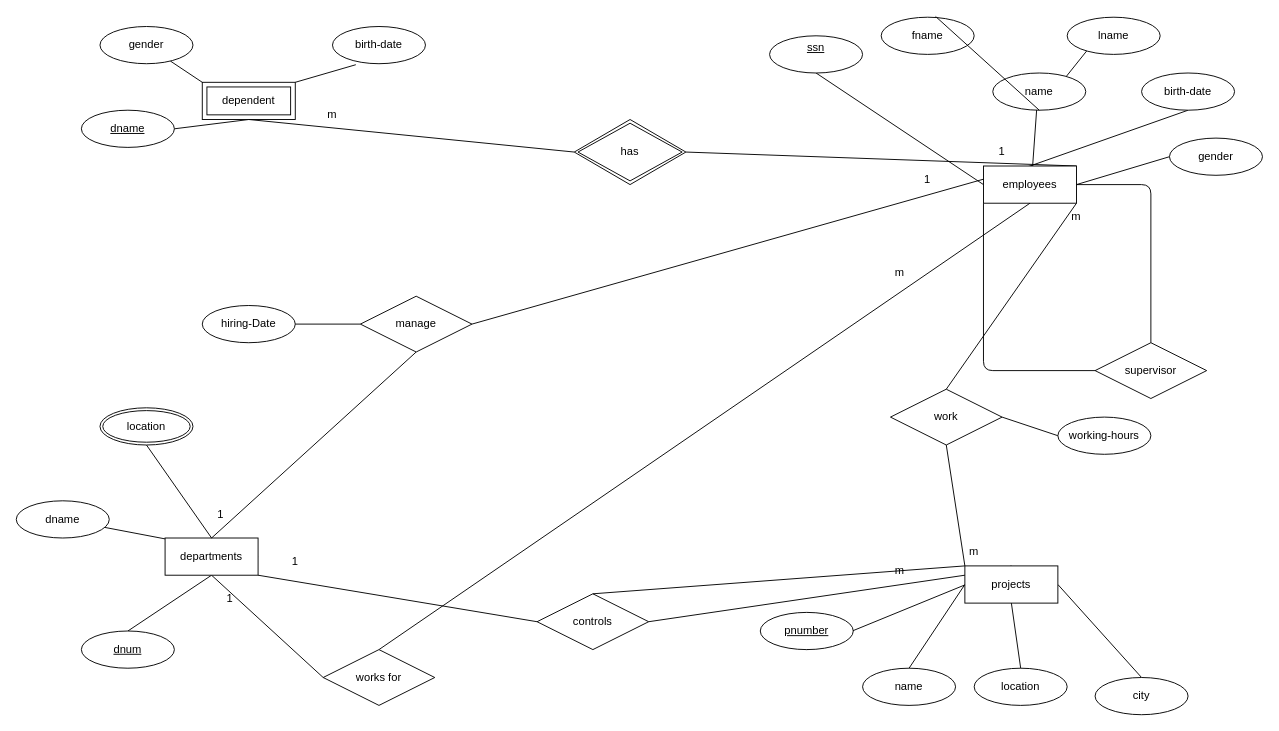
Basel00s/database-study keeps this draw.io diagram as ERM/ERM.drawio. Above is the earlier version. Source tidied: cells renumbered, new cells numbered last; positions are measured from the earlier drawing's top-left corner, leaving out a move shared by most shapes. Both pictures are drawn from the tidied source at 93%, with x=0, y=0 at pixel (16, 17).
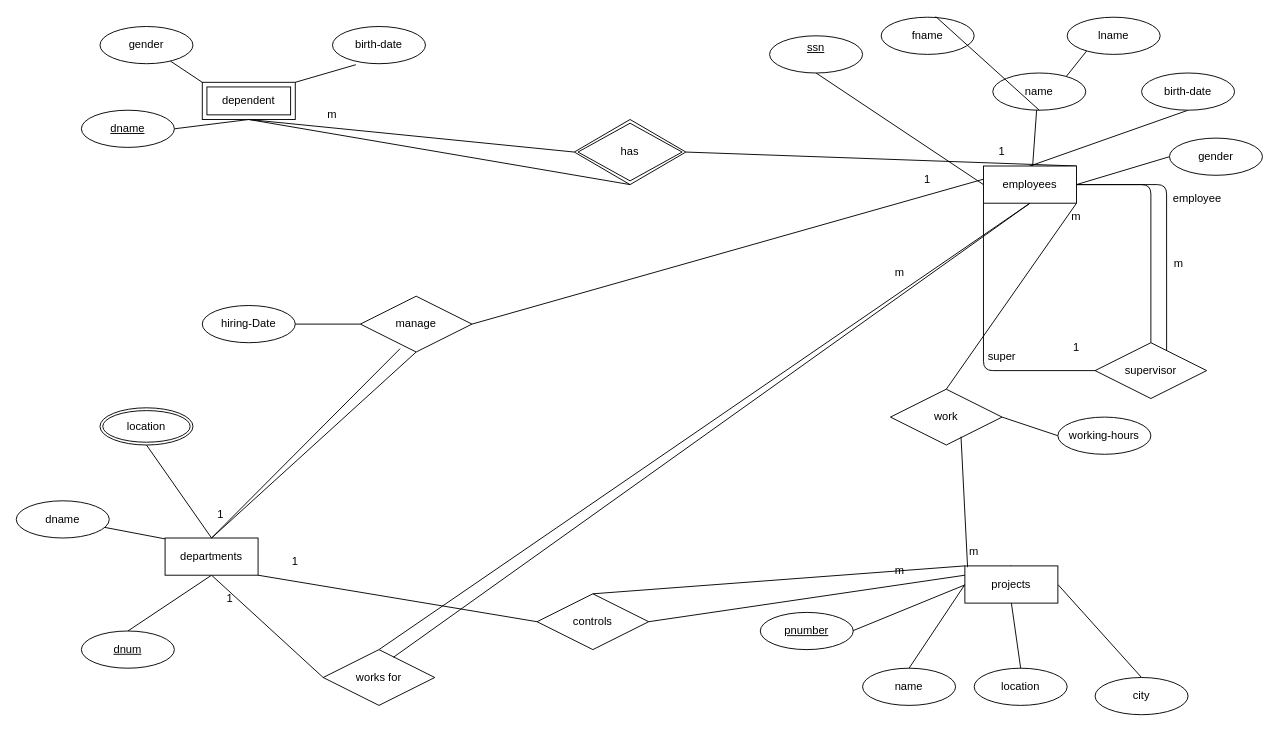
After the change.

Commit message (it also covers changes not shown here):
make the schema folde and make my first schema

The change refers to these unchanged cells:
```xml
<mxCell id="10" value="employees" style="whiteSpace=wrap;html=1;align=center;" parent="1" vertex="1">
  <mxGeometry x="1040" y="160" width="100" height="40" as="geometry" />
</mxCell>
<mxCell id="15" value="departments" style="whiteSpace=wrap;html=1;align=center;" parent="1" vertex="1">
  <mxGeometry x="160" y="560" width="100" height="40" as="geometry" />
</mxCell>
<mxCell id="21" value="projects" style="whiteSpace=wrap;html=1;align=center;" parent="1" vertex="1">
  <mxGeometry x="1020" y="590" width="100" height="40" as="geometry" />
</mxCell>
<mxCell id="42" value="dependent" style="shape=ext;margin=3;double=1;whiteSpace=wrap;html=1;align=center;" parent="1" vertex="1">
  <mxGeometry x="200" y="70" width="100" height="40" as="geometry" />
</mxCell>
<mxCell id="44" value="has" style="shape=rhombus;double=1;perimeter=rhombusPerimeter;whiteSpace=wrap;html=1;align=center;" parent="1" vertex="1">
  <mxGeometry x="600" y="110" width="120" height="70" as="geometry" />
</mxCell>
<mxCell id="47" value="work" style="shape=rhombus;perimeter=rhombusPerimeter;whiteSpace=wrap;html=1;align=center;" parent="1" vertex="1">
  <mxGeometry x="940" y="400" width="120" height="60" as="geometry" />
</mxCell>
<mxCell id="50" value="manage" style="shape=rhombus;perimeter=rhombusPerimeter;whiteSpace=wrap;html=1;align=center;" parent="1" vertex="1">
  <mxGeometry x="370" y="300" width="120" height="60" as="geometry" />
</mxCell>
<mxCell id="53" value="works for" style="shape=rhombus;perimeter=rhombusPerimeter;whiteSpace=wrap;html=1;align=center;" parent="1" vertex="1">
  <mxGeometry x="330" y="680" width="120" height="60" as="geometry" />
</mxCell>
<mxCell id="57" value="m" style="text;html=1;whiteSpace=wrap;strokeColor=none;fillColor=none;align=center;verticalAlign=middle;rounded=0;" parent="1" vertex="1">
  <mxGeometry x="1000" y="560" width="60" height="30" as="geometry" />
</mxCell>
<mxCell id="66" value="supervisor" style="shape=rhombus;perimeter=rhombusPerimeter;whiteSpace=wrap;html=1;align=center;" parent="1" vertex="1">
  <mxGeometry x="1160" y="350" width="120" height="60" as="geometry" />
</mxCell>
```

The edit, as a diff of the source:
```diff
@@
-    <mxCell id="45" style="edgeStyle=none;html=1;exitX=0.5;exitY=1;exitDx=0;exitDy=0;entryX=0;entryY=0;entryDx=0;entryDy=0;endArrow=none;endFill=0;" parent="1" edge="1" source="47" target="21">
-      <mxGeometry relative="1" as="geometry" />
-    </mxCell>
@@
+    <mxCell id="71" style="edgeStyle=none;html=1;exitX=0.5;exitY=1;exitDx=0;exitDy=0;entryX=0.5;entryY=1;entryDx=0;entryDy=0;endArrow=none;endFill=0;" parent="1" edge="1" source="44" target="42">
+      <mxGeometry relative="1" as="geometry" />
+    </mxCell>
+    <mxCell id="72" style="edgeStyle=none;html=1;exitX=0.356;exitY=0.94;exitDx=0;exitDy=0;entryX=0.5;entryY=0;entryDx=0;entryDy=0;endArrow=none;endFill=0;exitPerimeter=0;" parent="1" edge="1" source="50" target="15">
+      <mxGeometry relative="1" as="geometry" />
+    </mxCell>
+    <mxCell id="73" style="edgeStyle=none;html=1;exitX=0.632;exitY=0.851;exitDx=0;exitDy=0;entryX=0.382;entryY=1.045;entryDx=0;entryDy=0;endArrow=none;endFill=0;entryPerimeter=0;exitPerimeter=0;" parent="1" edge="1" source="47" target="57">
+      <mxGeometry relative="1" as="geometry" />
+    </mxCell>
+    <mxCell id="74" style="edgeStyle=none;html=1;entryX=0.63;entryY=0.137;entryDx=0;entryDy=0;endArrow=none;endFill=0;entryPerimeter=0;exitX=0.5;exitY=1;exitDx=0;exitDy=0;" parent="1" edge="1" source="10" target="53">
+      <mxGeometry relative="1" as="geometry" />
+    </mxCell>
+    <mxCell id="75" style="edgeStyle=orthogonalEdgeStyle;html=1;exitX=1;exitY=0.5;exitDx=0;exitDy=0;entryX=0.641;entryY=0.144;entryDx=0;entryDy=0;endArrow=none;endFill=0;entryPerimeter=0;" parent="1" edge="1" source="10" target="66">
+      <mxGeometry x="0.46" relative="1" as="geometry" />
+    </mxCell>
+    <mxCell id="76" value="employee" style="text;html=1;whiteSpace=wrap;strokeColor=none;fillColor=none;align=center;verticalAlign=middle;rounded=0;" parent="1" vertex="1">
+      <mxGeometry x="1240" y="180" width="60" height="30" as="geometry" />
+    </mxCell>
+    <mxCell id="77" value="m" style="text;html=1;whiteSpace=wrap;strokeColor=none;fillColor=none;align=center;verticalAlign=middle;rounded=0;" parent="1" vertex="1">
+      <mxGeometry x="1220" y="250" width="60" height="30" as="geometry" />
+    </mxCell>
+    <mxCell id="78" value="super" style="text;html=1;whiteSpace=wrap;strokeColor=none;fillColor=none;align=center;verticalAlign=middle;rounded=0;" parent="1" vertex="1">
+      <mxGeometry x="1030" y="350" width="60" height="30" as="geometry" />
+    </mxCell>
+    <mxCell id="79" value="1" style="text;html=1;whiteSpace=wrap;strokeColor=none;fillColor=none;align=center;verticalAlign=middle;rounded=0;" parent="1" vertex="1">
+      <mxGeometry x="1110" y="340" width="60" height="30" as="geometry" />
+    </mxCell>
```
